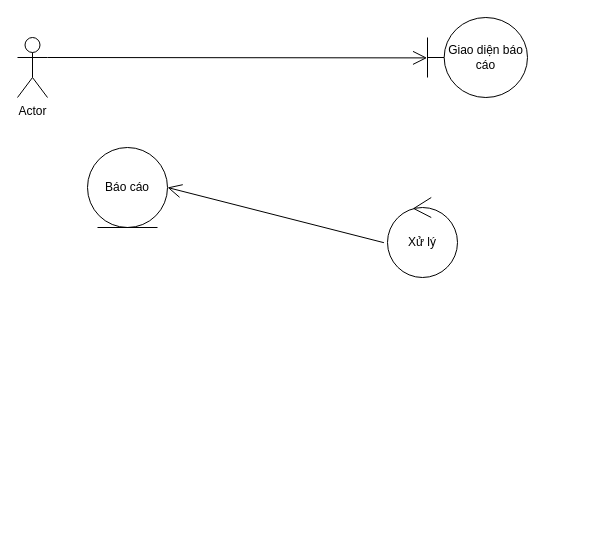
Earlier version of the draw.io diagram page "Lớp" (10 of 10) of Untitled Diagram.drawio (DangNgocDuong250903/DoAn). Source tidied: cells renumbered, new cells numbered last; positions are measured from the earlier drawing's top-left corner, leaving out a move shared by most shapes. Both pictures are drawn from the tidied source at 100%, with x=0, y=0 at pixel (17, 17).
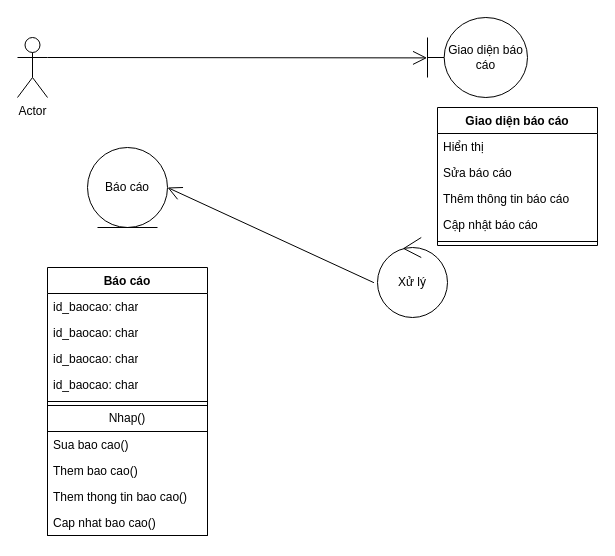
Above is the later version.

What changed in the source:
```diff
@@
     <mxCell id="4" value="Xử lý" style="ellipse;shape=umlControl;whiteSpace=wrap;html=1;" parent="1" vertex="1">
-      <mxGeometry x="370" y="180" width="70" height="80" as="geometry" />
+      <mxGeometry x="360" y="220" width="70" height="80" as="geometry" />
     </mxCell>
@@
+    <mxCell id="8" value="Giao diện báo cáo" style="swimlane;fontStyle=1;align=center;verticalAlign=top;horizontal=1;startSize=26;whiteSpace=wrap;html=1;" parent="1" vertex="1">
+      <mxGeometry x="420" y="90" width="160" height="138" as="geometry" />
+    </mxCell>
+    <mxCell id="9" value="Hiển thị" style="text;strokeColor=none;fillColor=none;align=left;verticalAlign=top;spacingLeft=4;spacingRight=4;overflow=hidden;whiteSpace=wrap;html=1;" parent="8" vertex="1">
+      <mxGeometry y="26" width="160" height="26" as="geometry" />
+    </mxCell>
+    <mxCell id="10" value="Sửa báo cáo" style="text;strokeColor=none;fillColor=none;align=left;verticalAlign=top;spacingLeft=4;spacingRight=4;overflow=hidden;whiteSpace=wrap;html=1;" parent="8" vertex="1">
+      <mxGeometry y="52" width="160" height="26" as="geometry" />
+    </mxCell>
+    <mxCell id="11" value="Thêm thông tin báo cáo" style="text;strokeColor=none;fillColor=none;align=left;verticalAlign=top;spacingLeft=4;spacingRight=4;overflow=hidden;whiteSpace=wrap;html=1;" parent="8" vertex="1">
+      <mxGeometry y="78" width="160" height="26" as="geometry" />
+    </mxCell>
+    <mxCell id="12" value="Cập nhật báo cáo" style="text;strokeColor=none;fillColor=none;align=left;verticalAlign=top;spacingLeft=4;spacingRight=4;overflow=hidden;whiteSpace=wrap;html=1;" parent="8" vertex="1">
+      <mxGeometry y="104" width="160" height="26" as="geometry" />
+    </mxCell>
+    <mxCell id="13" style="line;strokeWidth=1;fillColor=none;align=left;verticalAlign=middle;spacingTop=-1;spacingLeft=3;spacingRight=3;labelPosition=right;strokeColor=inherit;" parent="8" vertex="1">
+      <mxGeometry y="130" width="160" height="8" as="geometry" />
+    </mxCell>
+    <mxCell id="14" value="Báo cáo" style="swimlane;fontStyle=1;align=center;verticalAlign=top;horizontal=1;startSize=26;whiteSpace=wrap;html=1;" parent="1" vertex="1">
+      <mxGeometry x="30" y="250" width="160" height="268" as="geometry" />
+    </mxCell>
+    <mxCell id="15" value="id_baocao: char" style="text;strokeColor=none;fillColor=none;align=left;verticalAlign=top;spacingLeft=4;spacingRight=4;overflow=hidden;whiteSpace=wrap;html=1;" parent="14" vertex="1">
+      <mxGeometry y="26" width="160" height="26" as="geometry" />
+    </mxCell>
+    <mxCell id="16" value="id_baocao: char" style="text;strokeColor=none;fillColor=none;align=left;verticalAlign=top;spacingLeft=4;spacingRight=4;overflow=hidden;whiteSpace=wrap;html=1;" parent="14" vertex="1">
+      <mxGeometry y="52" width="160" height="26" as="geometry" />
+    </mxCell>
+    <mxCell id="17" value="id_baocao: char" style="text;strokeColor=none;fillColor=none;align=left;verticalAlign=top;spacingLeft=4;spacingRight=4;overflow=hidden;whiteSpace=wrap;html=1;" parent="14" vertex="1">
+      <mxGeometry y="78" width="160" height="26" as="geometry" />
+    </mxCell>
+    <mxCell id="18" value="id_baocao: char" style="text;strokeColor=none;fillColor=none;align=left;verticalAlign=top;spacingLeft=4;spacingRight=4;overflow=hidden;whiteSpace=wrap;html=1;" parent="14" vertex="1">
+      <mxGeometry y="104" width="160" height="26" as="geometry" />
+    </mxCell>
+    <mxCell id="19" style="line;strokeWidth=1;fillColor=none;align=left;verticalAlign=middle;spacingTop=-1;spacingLeft=3;spacingRight=3;labelPosition=right;strokeColor=inherit;" parent="14" vertex="1">
+      <mxGeometry y="130" width="160" height="8" as="geometry" />
+    </mxCell>
+    <mxCell id="20" value="Nhap()" style="swimlane;fontStyle=0;horizontal=1;startSize=26;fillColor=none;whiteSpace=wrap;html=1;" parent="14" vertex="1">
+      <mxGeometry y="138" width="160" height="130" as="geometry" />
+    </mxCell>
+    <mxCell id="21" value="Sua bao cao()" style="text;strokeColor=none;fillColor=none;align=left;verticalAlign=top;spacingLeft=4;spacingRight=4;overflow=hidden;whiteSpace=wrap;html=1;" parent="20" vertex="1">
+      <mxGeometry y="26" width="160" height="26" as="geometry" />
+    </mxCell>
+    <mxCell id="22" value="Them bao cao()" style="text;strokeColor=none;fillColor=none;align=left;verticalAlign=top;spacingLeft=4;spacingRight=4;overflow=hidden;whiteSpace=wrap;html=1;" parent="20" vertex="1">
+      <mxGeometry y="52" width="160" height="26" as="geometry" />
+    </mxCell>
+    <mxCell id="23" value="Them thong tin bao cao()" style="text;strokeColor=none;fillColor=none;align=left;verticalAlign=top;spacingLeft=4;spacingRight=4;overflow=hidden;whiteSpace=wrap;html=1;" parent="20" vertex="1">
+      <mxGeometry y="78" width="160" height="26" as="geometry" />
+    </mxCell>
+    <mxCell id="24" value="Cap nhat bao cao()" style="text;strokeColor=none;fillColor=none;align=left;verticalAlign=top;spacingLeft=4;spacingRight=4;overflow=hidden;whiteSpace=wrap;html=1;" parent="20" vertex="1">
+      <mxGeometry y="104" width="160" height="26" as="geometry" />
+    </mxCell>
```
